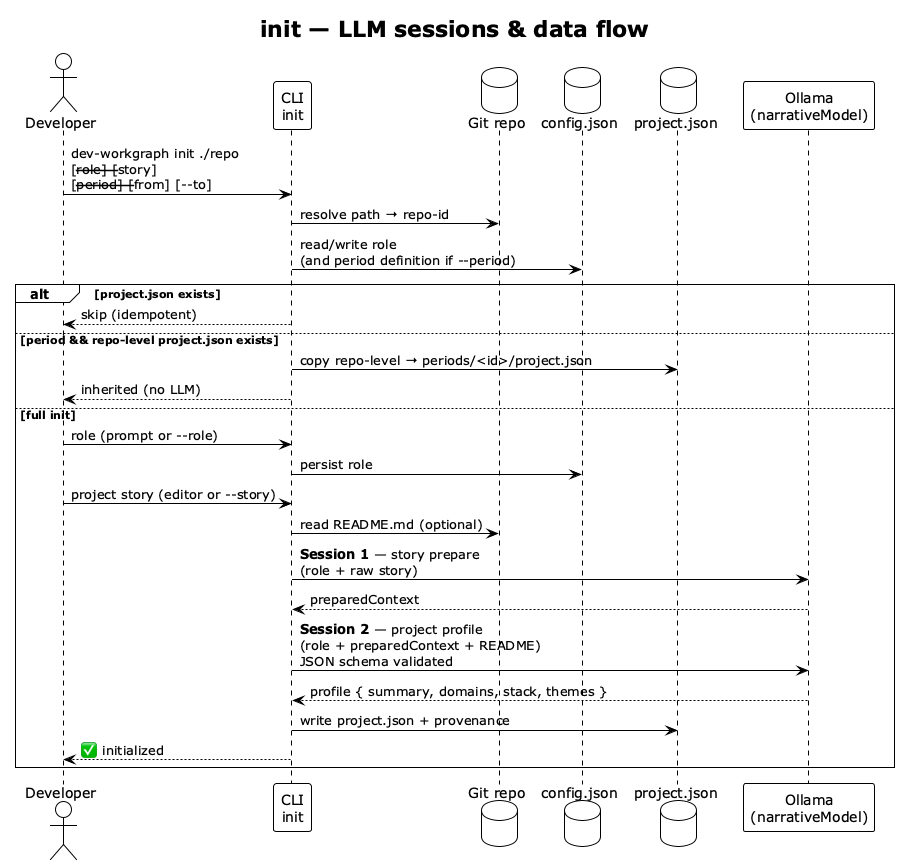
Above: img/preconditions-init-sequence.png in vzakharchenko/dev-workgraph (PlantUML), before the change. Source of this version:
```plantuml
@startuml preconditions-init-sequence
!theme plain
skinparam shadowing false

title **init** — LLM sessions & data flow

actor "Developer" as DEV
participant "CLI\ninit" as CLI
database "Git repo" as REPO
database "config.json" as CFG
database "project.json" as PJ
participant "Ollama\n(narrativeModel)" as LLM

DEV -> CLI : dev-workgraph init ./repo\n[--role] [--story]\n[--period] [--from] [--to]

CLI -> REPO : resolve path → repo-id
CLI -> CFG : read/write role\n(and period definition if --period)

alt project.json exists
  CLI --> DEV : skip (idempotent)
else period && repo-level project.json exists
  CLI -> PJ : copy repo-level → periods/<id>/project.json
  CLI --> DEV : inherited (no LLM)
else full init
  DEV -> CLI : role (prompt or --role)
  CLI -> CFG : persist role
  DEV -> CLI : project story (editor or --story)
  CLI -> REPO : read README.md (optional)

  CLI -> LLM : **Session 1** — story prepare\n(role + raw story)
  LLM --> CLI : preparedContext

  CLI -> LLM : **Session 2** — project profile\n(role + preparedContext + README)\nJSON schema validated
  LLM --> CLI : profile { summary, domains, stack, themes }

  CLI -> PJ : write project.json + provenance
  CLI --> DEV : ✅ initialized
end

@enduml
```
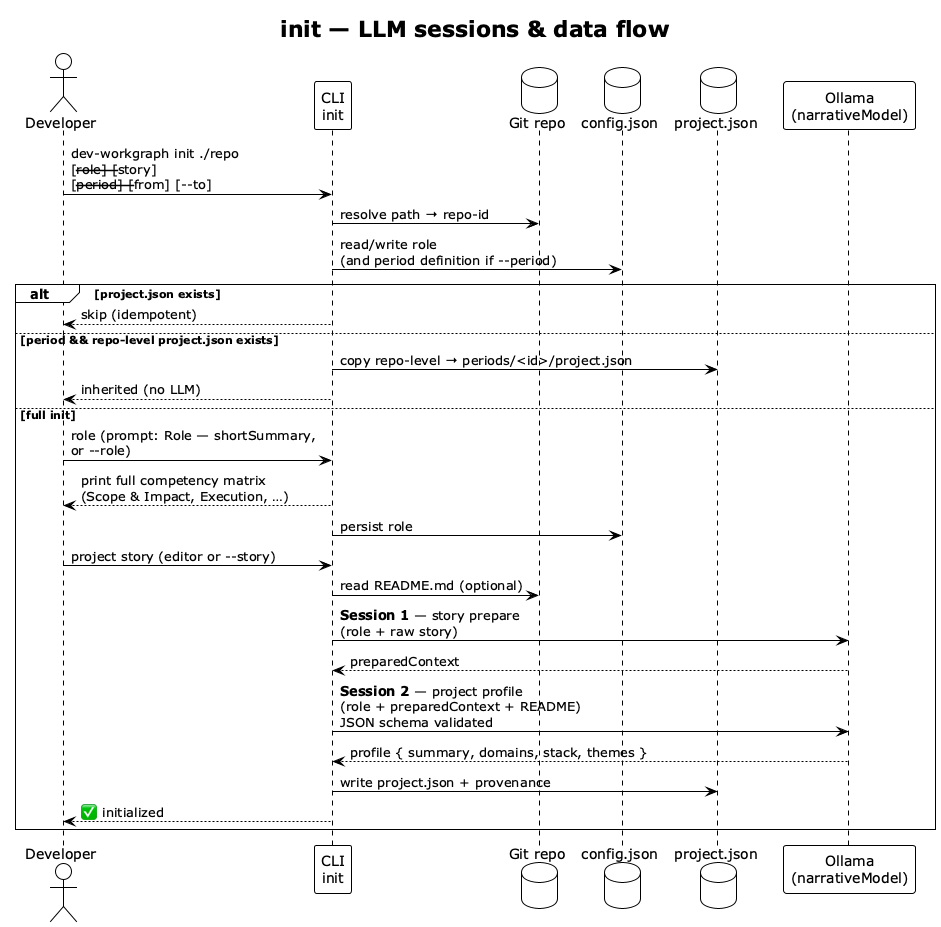
After the commit.

Diff of the diagram source:
```diff
@@ -22,7 +22,8 @@
   CLI -> PJ : copy repo-level → periods/<id>/project.json
   CLI --> DEV : inherited (no LLM)
 else full init
-  DEV -> CLI : role (prompt or --role)
+  DEV -> CLI : role (prompt: Role — shortSummary,\nor --role)
+  CLI --> DEV : print full competency matrix\n(Scope & Impact, Execution, …)
   CLI -> CFG : persist role
   DEV -> CLI : project story (editor or --story)
   CLI -> REPO : read README.md (optional)
```
